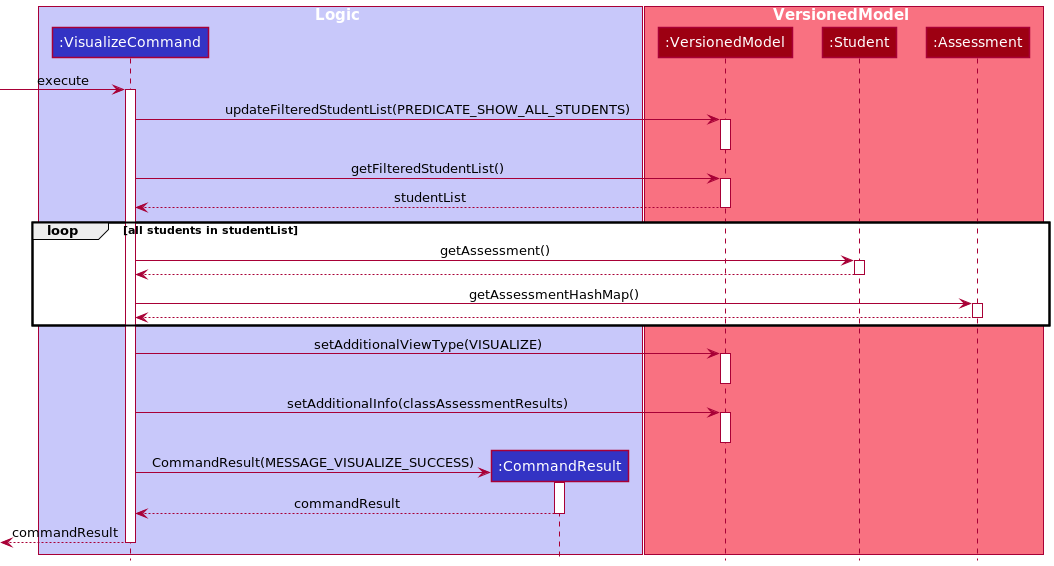
The PlantUML diagram docs/images/dg/logic/commands/visualizecommand/VisualizeCommandSequenceDiagram.png in nus-cs2103-AY2122S1/tp, before a commit. Its diagram source:
```plantuml
@startuml
!include ../../../style.puml

box Logic LOGIC_COLOR_T1
Participant ":VisualizeCommand" as vc LOGIC_COLOR
Participant ":CommandResult" as result LOGIC_COLOR
end box

box VersionedModel MODEL_COLOR_T1
Participant ":VersionedModel" as mm MODEL_COLOR
Participant ":Student" as st MODEL_COLOR
Participant ":Assessment" as as MODEL_COLOR
end box

-> vc ++ :execute
vc -> mm ++:updateFilteredStudentList(PREDICATE_SHOW_ALL_STUDENTS)
deactivate
vc -> mm ++ :getFilteredStudentList()
return studentList
loop all students in studentList
    vc -> st ++ :getAssessment()
    return
    vc -> as ++ :getAssessmentHashMap()
    return
end

vc -> mm ++ :setAdditionalViewType(VISUALIZE)
deactivate
vc -> mm ++ :setAdditionalInfo(classAssessmentResults)
deactivate

create result
vc -> result ++ :CommandResult(MESSAGE_VISUALIZE_SUCCESS)
return commandResult
return commandResult
@enduml
```
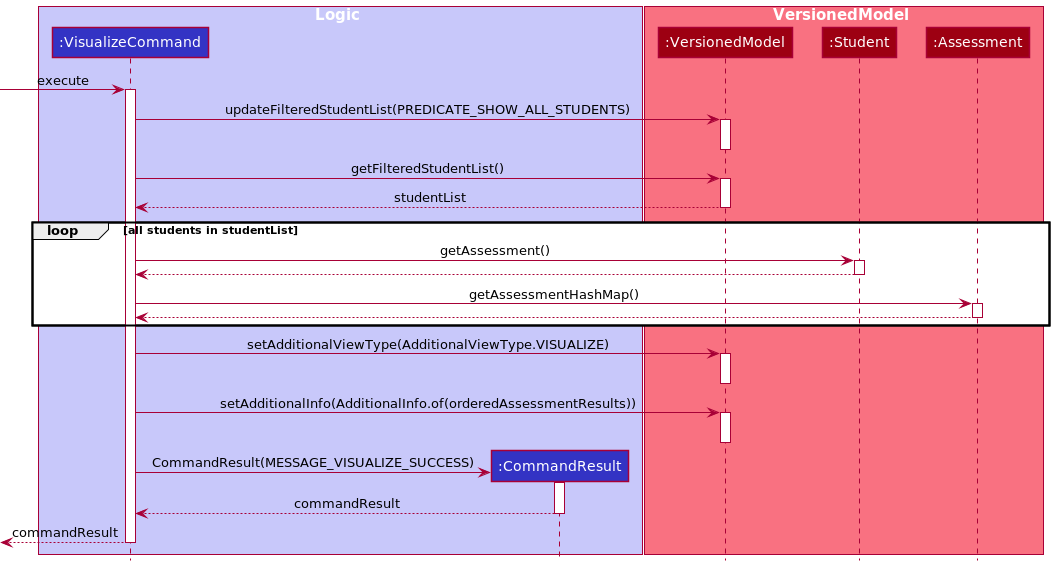
Above is the later version.

Commit message:
Fix Visualize diagram

What changed in the source:
```diff
@@ -24,9 +24,9 @@
     return
 end
 
-vc -> mm ++ :setAdditionalViewType(VISUALIZE)
+vc -> mm ++ :setAdditionalViewType(AdditionalViewType.VISUALIZE)
 deactivate
-vc -> mm ++ :setAdditionalInfo(classAssessmentResults)
+vc -> mm ++ :setAdditionalInfo(AdditionalInfo.of(orderedAssessmentResults))
 deactivate
 
 create result
```
